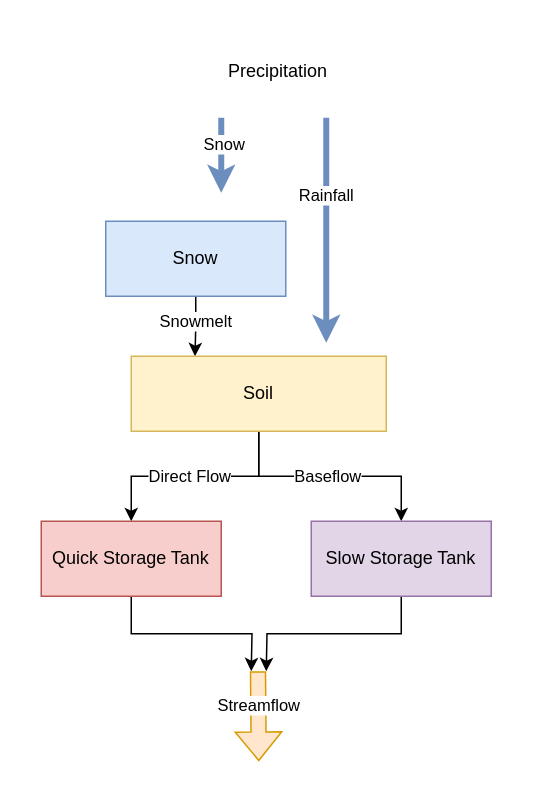
This is docs/examples/images/ncrspdm-flowchart.drawio from hyriver/hysetter, a draw.io file, before an edit. Source tidied: cells renumbered, new cells numbered last; positions are measured from the earlier drawing's top-left corner, leaving out a move shared by most shapes. Both pictures are drawn from the tidied source at 150%, with x=0, y=0 at pixel (40, 26).
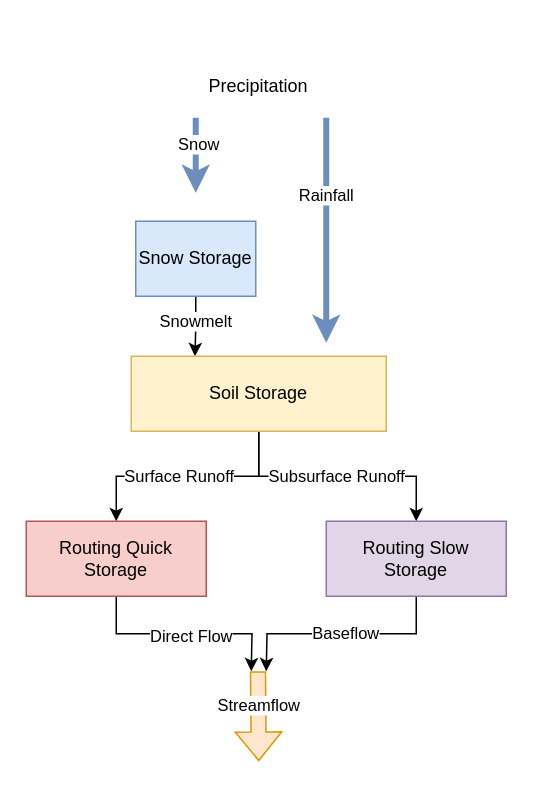
Above is the later version.

Commit message (it also covers changes not shown here):
docs: improve the flowchart. [skip ci]

Diff of the diagram source:
```diff
@@
-    <mxCell id="2" style="edgeStyle=orthogonalEdgeStyle;rounded=0;jettySize=auto;html=1;exitX=0.5;exitY=1;exitDx=0;exitDy=0;entryX=0.25;entryY=0;entryDx=0;entryDy=0;" parent="1" edge="1" source="4" target="9">
+    <mxCell id="2" style="edgeStyle=orthogonalEdgeStyle;rounded=0;jettySize=auto;html=1;exitX=0.5;exitY=1;exitDx=0;exitDy=0;entryX=0.25;entryY=0;entryDx=0;entryDy=0;fontFamily=Fira Sans;" parent="1" edge="1" source="4" target="9">
       <mxGeometry relative="1" as="geometry" />
     </mxCell>
-    <mxCell id="3" value="Snowmelt" style="edgeLabel;html=1;align=center;verticalAlign=middle;" parent="2" vertex="1">
+    <mxCell id="3" value="Snowmelt" style="edgeLabel;html=1;align=center;verticalAlign=middle;fontFamily=Fira Sans;" parent="2" vertex="1">
       <mxGeometry x="-0.21" y="-1" relative="1" as="geometry" />
     </mxCell>
-    <mxCell id="4" value="Snow" style="rounded=0;whiteSpace=wrap;html=1;fillColor=#dae8fc;strokeColor=#6c8ebf;" parent="1" vertex="1">
-      <mxGeometry x="43" y="130" width="120" height="50" as="geometry" />
+    <mxCell id="4" value="Snow Storage" style="rounded=0;whiteSpace=wrap;html=1;fillColor=#dae8fc;strokeColor=#6c8ebf;fontFamily=Fira Sans;" parent="1" vertex="1">
+      <mxGeometry x="63" y="130" width="80" height="50" as="geometry" />
     </mxCell>
-    <mxCell id="5" style="edgeStyle=orthogonalEdgeStyle;rounded=0;jettySize=auto;html=1;exitX=0.5;exitY=1;exitDx=0;exitDy=0;entryX=0.5;entryY=0;entryDx=0;entryDy=0;" parent="1" edge="1" source="9" target="11">
+    <mxCell id="5" style="edgeStyle=orthogonalEdgeStyle;rounded=0;jettySize=auto;html=1;exitX=0.5;exitY=1;exitDx=0;exitDy=0;entryX=0.5;entryY=0;entryDx=0;entryDy=0;fontFamily=Fira Sans;" parent="1" edge="1" source="9" target="11">
       <mxGeometry relative="1" as="geometry" />
     </mxCell>
-    <mxCell id="6" value="Direct Flow" style="edgeLabel;html=1;align=center;verticalAlign=middle;" parent="5" vertex="1">
+    <mxCell id="6" value="Surface Runoff" style="edgeLabel;html=1;align=center;verticalAlign=middle;fontFamily=Fira Sans;" parent="5" vertex="1">
       <mxGeometry x="0.3" y="-1" relative="1" as="geometry">
         <mxPoint x="17" as="offset" />
       </mxGeometry>
     </mxCell>
-    <mxCell id="7" style="edgeStyle=orthogonalEdgeStyle;rounded=0;jettySize=auto;html=1;exitX=0.5;exitY=1;exitDx=0;exitDy=0;entryX=0.5;entryY=0;entryDx=0;entryDy=0;" parent="1" edge="1" source="9" target="13">
+    <mxCell id="7" style="edgeStyle=orthogonalEdgeStyle;rounded=0;jettySize=auto;html=1;exitX=0.5;exitY=1;exitDx=0;exitDy=0;entryX=0.5;entryY=0;entryDx=0;entryDy=0;fontFamily=Fira Sans;" parent="1" edge="1" source="9" target="13">
       <mxGeometry relative="1" as="geometry" />
     </mxCell>
-    <mxCell id="8" value="Baseflow" style="edgeLabel;html=1;align=center;verticalAlign=middle;" parent="7" vertex="1">
+    <mxCell id="8" value="Subsurface Runoff" style="edgeLabel;html=1;align=center;verticalAlign=middle;fontFamily=Fira Sans;" parent="7" vertex="1">
       <mxGeometry x="0.16" y="1" relative="1" as="geometry">
         <mxPoint x="-15" as="offset" />
       </mxGeometry>
     </mxCell>
-    <mxCell id="9" value="Soil" style="rounded=0;whiteSpace=wrap;html=1;fillColor=#fff2cc;strokeColor=#d6b656;" parent="1" vertex="1">
+    <mxCell id="9" value="Soil Storage" style="rounded=0;whiteSpace=wrap;html=1;fillColor=#fff2cc;strokeColor=#d6b656;fontFamily=Fira Sans;" parent="1" vertex="1">
       <mxGeometry x="60" y="220" width="170" height="50" as="geometry" />
     </mxCell>
-    <mxCell id="10" style="edgeStyle=orthogonalEdgeStyle;rounded=0;jettySize=auto;html=1;exitX=0.5;exitY=1;exitDx=0;exitDy=0;" parent="1" edge="1" source="11">
+    <mxCell id="10" style="edgeStyle=orthogonalEdgeStyle;rounded=0;jettySize=auto;html=1;exitX=0.5;exitY=1;exitDx=0;exitDy=0;fontFamily=Fira Sans;" parent="1" edge="1" source="11">
       <mxGeometry relative="1" as="geometry">
         <mxPoint x="140" y="430" as="targetPoint" />
       </mxGeometry>
     </mxCell>
+    <mxCell id="21" value="Direct Flow" style="edgeLabel;html=1;align=center;verticalAlign=middle;fontFamily=Fira Sans;" parent="10" vertex="1">
+      <mxGeometry x="-0.11" y="-1" relative="1" as="geometry">
+        <mxPoint x="11" as="offset" />
+      </mxGeometry>
+    </mxCell>
-    <mxCell id="11" value="Quick Storage Tank" style="rounded=0;whiteSpace=wrap;html=1;fillColor=#f8cecc;strokeColor=#b85450;" parent="1" vertex="1">
-      <mxGeometry y="330" width="120" height="50" as="geometry" />
+    <mxCell id="11" value="Routing Quick&lt;div&gt;Storage&lt;/div&gt;" style="rounded=0;whiteSpace=wrap;html=1;fillColor=#f8cecc;strokeColor=#b85450;fontFamily=Fira Sans;" parent="1" vertex="1">
+      <mxGeometry x="-10" y="330" width="120" height="50" as="geometry" />
     </mxCell>
-    <mxCell id="12" style="edgeStyle=orthogonalEdgeStyle;rounded=0;jettySize=auto;html=1;exitX=0.5;exitY=1;exitDx=0;exitDy=0;" parent="1" edge="1" source="13">
+    <mxCell id="12" style="edgeStyle=orthogonalEdgeStyle;rounded=0;jettySize=auto;html=1;exitX=0.5;exitY=1;exitDx=0;exitDy=0;fontFamily=Fira Sans;" parent="1" edge="1" source="13">
       <mxGeometry relative="1" as="geometry">
         <mxPoint x="150" y="430" as="targetPoint" />
       </mxGeometry>
     </mxCell>
+    <mxCell id="22" value="Baseflow" style="edgeLabel;html=1;align=center;verticalAlign=middle;fontFamily=Fira Sans;" parent="12" vertex="1">
+      <mxGeometry x="-0.03" y="-1" relative="1" as="geometry" />
+    </mxCell>
-    <mxCell id="13" value="Slow Storage Tank" style="rounded=0;whiteSpace=wrap;html=1;fillColor=#e1d5e7;strokeColor=#9673a6;" parent="1" vertex="1">
-      <mxGeometry x="180" y="330" width="120" height="50" as="geometry" />
+    <mxCell id="13" value="Routing Slow&lt;div&gt;Storage&lt;/div&gt;" style="rounded=0;whiteSpace=wrap;html=1;fillColor=#e1d5e7;strokeColor=#9673a6;fontFamily=Fira Sans;" parent="1" vertex="1">
+      <mxGeometry x="190" y="330" width="120" height="50" as="geometry" />
     </mxCell>
-    <mxCell id="14" style="endArrow=classic;html=1;rounded=0;strokeWidth=4;fillColor=#dae8fc;strokeColor=#6c8ebf;" parent="1" edge="1">
+    <mxCell id="14" style="endArrow=classic;html=1;rounded=0;strokeWidth=4;fillColor=#dae8fc;strokeColor=#6c8ebf;fontFamily=Fira Sans;" parent="1" edge="1">
       <mxGeometry relative="1" as="geometry">
-        <mxPoint x="120" y="61" as="sourcePoint" />
-        <mxPoint x="120" y="111" as="targetPoint" />
+        <mxPoint x="103" y="61" as="sourcePoint" />
+        <mxPoint x="103" y="111" as="targetPoint" />
       </mxGeometry>
     </mxCell>
-    <mxCell id="15" value="Snow" style="edgeLabel;html=1;align=center;verticalAlign=middle;" parent="14" vertex="1">
+    <mxCell id="15" value="Snow" style="edgeLabel;html=1;align=center;verticalAlign=middle;fontFamily=Fira Sans;" parent="14" vertex="1">
       <mxGeometry x="-0.32" y="1" relative="1" as="geometry" />
     </mxCell>
-    <mxCell id="16" style="endArrow=classic;html=1;rounded=0;strokeWidth=4;fillColor=#dae8fc;strokeColor=#6c8ebf;" parent="1" edge="1">
+    <mxCell id="16" style="endArrow=classic;html=1;rounded=0;strokeWidth=4;fillColor=#dae8fc;strokeColor=#6c8ebf;fontFamily=Fira Sans;" parent="1" edge="1">
       <mxGeometry relative="1" as="geometry">
         <mxPoint x="190" y="61" as="sourcePoint" />
         <mxPoint x="190" y="211" as="targetPoint" />
       </mxGeometry>
     </mxCell>
-    <mxCell id="17" value="Rainfall" style="edgeLabel;html=1;align=center;verticalAlign=middle;" parent="16" vertex="1">
+    <mxCell id="17" value="Rainfall" style="edgeLabel;html=1;align=center;verticalAlign=middle;fontFamily=Fira Sans;" parent="16" vertex="1">
       <mxGeometry x="-0.32" y="-1" relative="1" as="geometry" />
     </mxCell>
-    <mxCell id="18" value="Precipitation" style="rounded=0;whiteSpace=wrap;html=1;strokeColor=none;" parent="1" vertex="1">
-      <mxGeometry x="98" width="120" height="60" as="geometry" />
+    <mxCell id="18" value="Precipitation" style="rounded=0;whiteSpace=wrap;html=1;strokeColor=none;fontFamily=Fira Sans;" parent="1" vertex="1">
+      <mxGeometry x="85" y="20" width="120" height="40" as="geometry" />
     </mxCell>
-    <mxCell id="19" style="shape=flexArrow;endArrow=classic;html=1;rounded=0;fillColor=#ffe6cc;strokeColor=#d79b00;" parent="1" edge="1">
+    <mxCell id="19" style="shape=flexArrow;endArrow=classic;html=1;rounded=0;fillColor=#ffe6cc;strokeColor=#d79b00;fontFamily=Fira Sans;" parent="1" edge="1">
       <mxGeometry relative="1" as="geometry">
         <mxPoint x="144.5" y="430" as="sourcePoint" />
         <mxPoint x="145" y="490" as="targetPoint" />
       </mxGeometry>
     </mxCell>
-    <mxCell id="20" value="Streamflow" style="edgeLabel;html=1;align=center;verticalAlign=middle;" parent="19" vertex="1">
+    <mxCell id="20" value="Streamflow" style="edgeLabel;html=1;align=center;verticalAlign=middle;fontFamily=Fira Sans;" parent="19" vertex="1">
       <mxGeometry x="0.3" y="4" relative="1" as="geometry">
         <mxPoint x="-4" y="-16" as="offset" />
       </mxGeometry>
     </mxCell>
```
